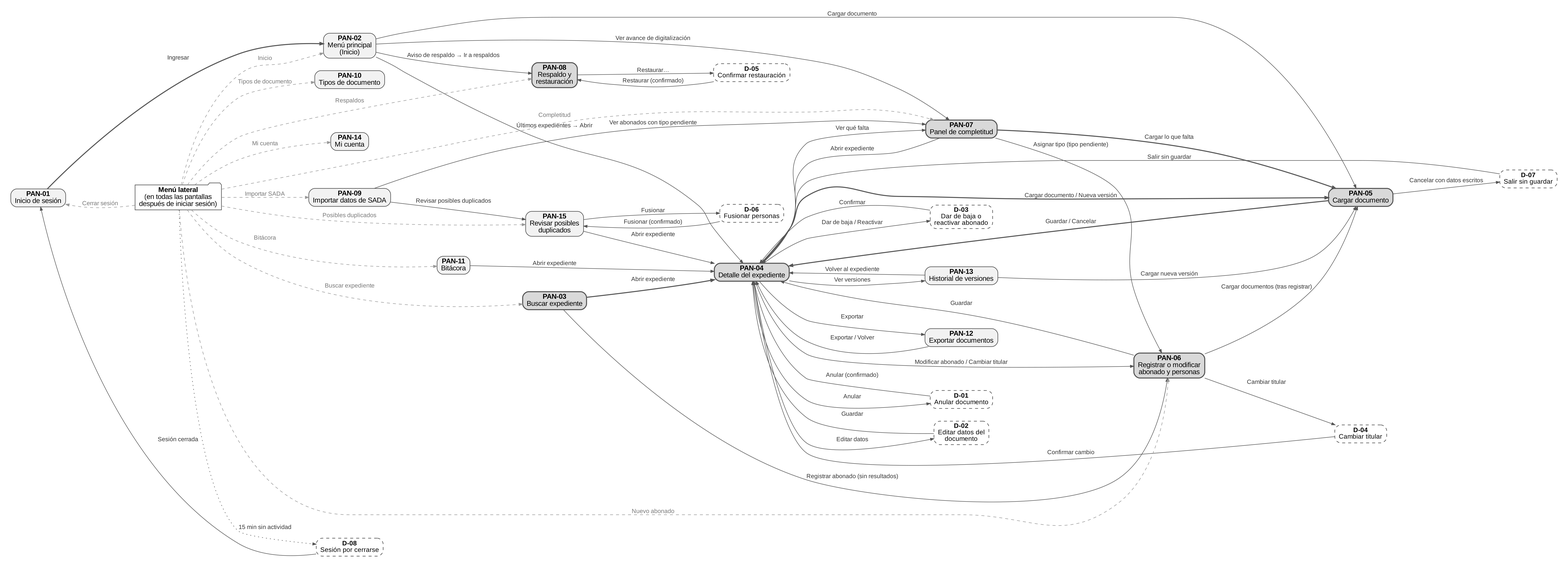
KendalTC/ProyectoASADA keeps this Graphviz diagram as Entregables/Prototipos/mapa_navegacion/Mapa_Navegacion_SIGEDA.png. Above is the earlier version. Its source is kept beside it as Entregables/Prototipos/mapa_navegacion/Mapa_Navegacion_SIGEDA.dot. The source it was exported from:
```dot
digraph G {
graph [rankdir=LR, fontname="Arial", nodesep=0.35, ranksep=0.9, bgcolor="white", pad=0.3];
node [fontname="Arial", fontsize=14, shape=box, style="rounded,filled", fillcolor="#F2F2F2", color="#555555", penwidth=1.2];
edge [fontname="Arial", fontsize=12, color="#555555", fontcolor="#333333", arrowsize=0.7];
"PAN-01" [label=<<b>PAN-01</b><br/>Inicio de sesión>];
"PAN-02" [label=<<b>PAN-02</b><br/>Menú principal<br/>(Inicio)>];
"PAN-03" [label=<<b>PAN-03</b><br/>Buscar expediente>, fillcolor="#D9D9D9", penwidth=2];
"PAN-04" [label=<<b>PAN-04</b><br/>Detalle del expediente>, fillcolor="#D9D9D9", penwidth=2];
"PAN-05" [label=<<b>PAN-05</b><br/>Cargar documento>, fillcolor="#D9D9D9", penwidth=2];
"PAN-06" [label=<<b>PAN-06</b><br/>Registrar o modificar<br/>abonado y personas>, fillcolor="#D9D9D9", penwidth=2];
"PAN-07" [label=<<b>PAN-07</b><br/>Panel de completitud>, fillcolor="#D9D9D9", penwidth=2];
"PAN-08" [label=<<b>PAN-08</b><br/>Respaldo y<br/>restauración>, fillcolor="#D9D9D9", penwidth=2];
"PAN-09" [label=<<b>PAN-09</b><br/>Importar datos de SADA>];
"PAN-10" [label=<<b>PAN-10</b><br/>Tipos de documento>];
"PAN-11" [label=<<b>PAN-11</b><br/>Bitácora>];
"PAN-12" [label=<<b>PAN-12</b><br/>Exportar documentos>];
"PAN-13" [label=<<b>PAN-13</b><br/>Historial de versiones>];
"PAN-14" [label=<<b>PAN-14</b><br/>Mi cuenta>];
"PAN-15" [label=<<b>PAN-15</b><br/>Revisar posibles<br/>duplicados>];
"D-01" [label=<<b>D-01</b><br/>Anular documento>, shape=box, style="rounded,dashed,filled", fillcolor="white", fontsize=13];
"D-02" [label=<<b>D-02</b><br/>Editar datos del<br/>documento>, shape=box, style="rounded,dashed,filled", fillcolor="white", fontsize=13];
"D-03" [label=<<b>D-03</b><br/>Dar de baja o<br/>reactivar abonado>, shape=box, style="rounded,dashed,filled", fillcolor="white", fontsize=13];
"D-04" [label=<<b>D-04</b><br/>Cambiar titular>, shape=box, style="rounded,dashed,filled", fillcolor="white", fontsize=13];
"D-05" [label=<<b>D-05</b><br/>Confirmar restauración>, shape=box, style="rounded,dashed,filled", fillcolor="white", fontsize=13];
"D-06" [label=<<b>D-06</b><br/>Fusionar personas>, shape=box, style="rounded,dashed,filled", fillcolor="white", fontsize=13];
"D-07" [label=<<b>D-07</b><br/>Salir sin guardar>, shape=box, style="rounded,dashed,filled", fillcolor="white", fontsize=13];
"D-08" [label=<<b>D-08</b><br/>Sesión por cerrarse>, shape=box, style="rounded,dashed,filled", fillcolor="white", fontsize=13];
"MENU" [label=<<b>Menú lateral</b><br/>(en todas las pantallas<br/>después de iniciar sesión)>, shape=folder, fillcolor="#FFFFFF"];
"PAN-01" -> "MENU" [style=invis];
"MENU" -> "PAN-02" [label="Inicio", style=dashed, color="#999999", fontcolor="#777777"];
"MENU" -> "PAN-03" [label="Buscar expediente", style=dashed, color="#999999", fontcolor="#777777"];
"MENU" -> "PAN-06" [label="Nuevo abonado", style=dashed, color="#999999", fontcolor="#777777"];
"MENU" -> "PAN-07" [label="Completitud", style=dashed, color="#999999", fontcolor="#777777"];
"MENU" -> "PAN-09" [label="Importar SADA", style=dashed, color="#999999", fontcolor="#777777"];
"MENU" -> "PAN-15" [label="Posibles duplicados", style=dashed, color="#999999", fontcolor="#777777"];
"MENU" -> "PAN-10" [label="Tipos de documento", style=dashed, color="#999999", fontcolor="#777777"];
"MENU" -> "PAN-11" [label="Bitácora", style=dashed, color="#999999", fontcolor="#777777"];
"MENU" -> "PAN-08" [label="Respaldos", style=dashed, color="#999999", fontcolor="#777777"];
"MENU" -> "PAN-14" [label="Mi cuenta", style=dashed, color="#999999", fontcolor="#777777"];
"MENU" -> "PAN-01" [label="Cerrar sesión", style=dashed, color="#999999", fontcolor="#777777"];
"MENU" -> "D-08" [label="15 min sin actividad", style=dotted];
"PAN-01" -> "PAN-02" [label="Ingresar", style=bold];
"PAN-02" -> "PAN-08" [label="Aviso de respaldo → Ir a respaldos"];
"PAN-02" -> "PAN-07" [label="Ver avance de digitalización"];
"PAN-02" -> "PAN-05" [label="Cargar documento"];
"PAN-02" -> "PAN-04" [label="Últimos expedientes → Abrir"];
"PAN-03" -> "PAN-04" [label="Abrir expediente", style=bold];
"PAN-03" -> "PAN-06" [label="Registrar abonado (sin resultados)"];
"PAN-04" -> "PAN-05" [label="Cargar documento / Nueva versión", style=bold];
"PAN-04" -> "PAN-13" [label="Ver versiones"];
"PAN-04" -> "PAN-06" [label="Modificar abonado / Cambiar titular"];
"PAN-04" -> "PAN-12" [label="Exportar"];
"PAN-04" -> "PAN-07" [label="Ver qué falta"];
"PAN-04" -> "D-01" [label="Anular"];
"D-01" -> "PAN-04" [label="Anular (confirmado)"];
"PAN-04" -> "D-02" [label="Editar datos"];
"D-02" -> "PAN-04" [label="Guardar"];
"PAN-04" -> "D-03" [label="Dar de baja / Reactivar"];
"D-03" -> "PAN-04" [label="Confirmar"];
"PAN-05" -> "PAN-04" [label="Guardar / Cancelar", style=bold];
"PAN-05" -> "D-07" [label="Cancelar con datos escritos"];
"D-07" -> "PAN-04" [label="Salir sin guardar"];
"PAN-06" -> "PAN-04" [label="Guardar"];
"PAN-06" -> "D-04" [label="Cambiar titular"];
"D-04" -> "PAN-04" [label="Confirmar cambio"];
"PAN-06" -> "PAN-05" [label="Cargar documentos (tras registrar)"];
"PAN-07" -> "PAN-05" [label="Cargar lo que falta", style=bold];
"PAN-07" -> "PAN-04" [label="Abrir expediente"];
"PAN-07" -> "PAN-06" [label="Asignar tipo (tipo pendiente)"];
"PAN-08" -> "D-05" [label="Restaurar…"];
"D-05" -> "PAN-08" [label="Restaurar (confirmado)"];
"PAN-09" -> "PAN-15" [label="Revisar posibles duplicados"];
"PAN-09" -> "PAN-07" [label="Ver abonados con tipo pendiente"];
"PAN-15" -> "D-06" [label="Fusionar"];
"D-06" -> "PAN-15" [label="Fusionar (confirmado)"];
"PAN-15" -> "PAN-04" [label="Abrir expediente"];
"PAN-11" -> "PAN-04" [label="Abrir expediente"];
"PAN-12" -> "PAN-04" [label="Exportar / Volver"];
"PAN-13" -> "PAN-04" [label="Volver al expediente"];
"PAN-13" -> "PAN-05" [label="Cargar nueva versión"];
"D-08" -> "PAN-01" [label="Sesión cerrada"];
}
```
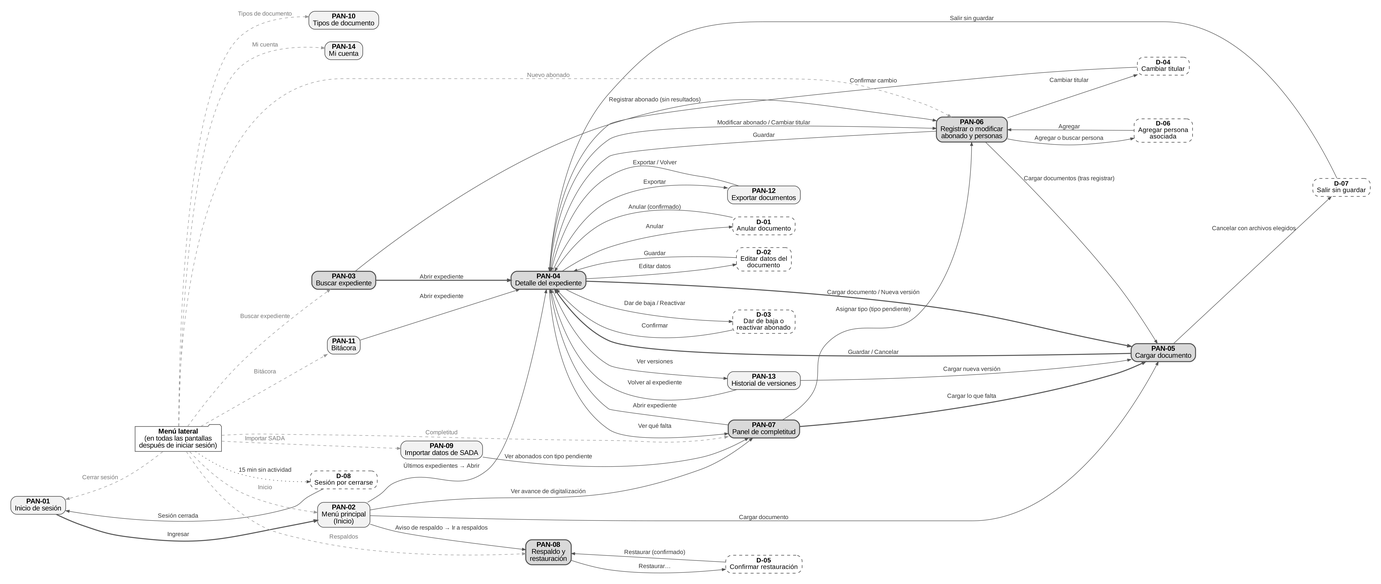
The same diagram one commit later.

Diff of the diagram source:
```diff
@@ -16,13 +16,12 @@
 "PAN-12" [label=<<b>PAN-12</b><br/>Exportar documentos>];
 "PAN-13" [label=<<b>PAN-13</b><br/>Historial de versiones>];
 "PAN-14" [label=<<b>PAN-14</b><br/>Mi cuenta>];
-"PAN-15" [label=<<b>PAN-15</b><br/>Revisar posibles<br/>duplicados>];
 "D-01" [label=<<b>D-01</b><br/>Anular documento>, shape=box, style="rounded,dashed,filled", fillcolor="white", fontsize=13];
 "D-02" [label=<<b>D-02</b><br/>Editar datos del<br/>documento>, shape=box, style="rounded,dashed,filled", fillcolor="white", fontsize=13];
 "D-03" [label=<<b>D-03</b><br/>Dar de baja o<br/>reactivar abonado>, shape=box, style="rounded,dashed,filled", fillcolor="white", fontsize=13];
 "D-04" [label=<<b>D-04</b><br/>Cambiar titular>, shape=box, style="rounded,dashed,filled", fillcolor="white", fontsize=13];
 "D-05" [label=<<b>D-05</b><br/>Confirmar restauración>, shape=box, style="rounded,dashed,filled", fillcolor="white", fontsize=13];
-"D-06" [label=<<b>D-06</b><br/>Fusionar personas>, shape=box, style="rounded,dashed,filled", fillcolor="white", fontsize=13];
+"D-06" [label=<<b>D-06</b><br/>Agregar persona<br/>asociada>, shape=box, style="rounded,dashed,filled", fillcolor="white", fontsize=13];
 "D-07" [label=<<b>D-07</b><br/>Salir sin guardar>, shape=box, style="rounded,dashed,filled", fillcolor="white", fontsize=13];
 "D-08" [label=<<b>D-08</b><br/>Sesión por cerrarse>, shape=box, style="rounded,dashed,filled", fillcolor="white", fontsize=13];
 "MENU" [label=<<b>Menú lateral</b><br/>(en todas las pantallas<br/>después de iniciar sesión)>, shape=folder, fillcolor="#FFFFFF"];
@@ -32,7 +31,6 @@
 "MENU" -> "PAN-06" [label="Nuevo abonado", style=dashed, color="#999999", fontcolor="#777777"];
 "MENU" -> "PAN-07" [label="Completitud", style=dashed, color="#999999", fontcolor="#777777"];
 "MENU" -> "PAN-09" [label="Importar SADA", style=dashed, color="#999999", fontcolor="#777777"];
-"MENU" -> "PAN-15" [label="Posibles duplicados", style=dashed, color="#999999", fontcolor="#777777"];
 "MENU" -> "PAN-10" [label="Tipos de documento", style=dashed, color="#999999", fontcolor="#777777"];
 "MENU" -> "PAN-11" [label="Bitácora", style=dashed, color="#999999", fontcolor="#777777"];
 "MENU" -> "PAN-08" [label="Respaldos", style=dashed, color="#999999", fontcolor="#777777"];
@@ -58,22 +56,20 @@
 "PAN-04" -> "D-03" [label="Dar de baja / Reactivar"];
 "D-03" -> "PAN-04" [label="Confirmar"];
 "PAN-05" -> "PAN-04" [label="Guardar / Cancelar", style=bold];
-"PAN-05" -> "D-07" [label="Cancelar con datos escritos"];
+"PAN-05" -> "D-07" [label="Cancelar con archivos elegidos"];
 "D-07" -> "PAN-04" [label="Salir sin guardar"];
 "PAN-06" -> "PAN-04" [label="Guardar"];
 "PAN-06" -> "D-04" [label="Cambiar titular"];
 "D-04" -> "PAN-04" [label="Confirmar cambio"];
+"PAN-06" -> "D-06" [label="Agregar o buscar persona"];
+"D-06" -> "PAN-06" [label="Agregar"];
 "PAN-06" -> "PAN-05" [label="Cargar documentos (tras registrar)"];
 "PAN-07" -> "PAN-05" [label="Cargar lo que falta", style=bold];
 "PAN-07" -> "PAN-04" [label="Abrir expediente"];
 "PAN-07" -> "PAN-06" [label="Asignar tipo (tipo pendiente)"];
 "PAN-08" -> "D-05" [label="Restaurar…"];
 "D-05" -> "PAN-08" [label="Restaurar (confirmado)"];
-"PAN-09" -> "PAN-15" [label="Revisar posibles duplicados"];
 "PAN-09" -> "PAN-07" [label="Ver abonados con tipo pendiente"];
-"PAN-15" -> "D-06" [label="Fusionar"];
-"D-06" -> "PAN-15" [label="Fusionar (confirmado)"];
-"PAN-15" -> "PAN-04" [label="Abrir expediente"];
 "PAN-11" -> "PAN-04" [label="Abrir expediente"];
 "PAN-12" -> "PAN-04" [label="Exportar / Volver"];
 "PAN-13" -> "PAN-04" [label="Volver al expediente"];
```
